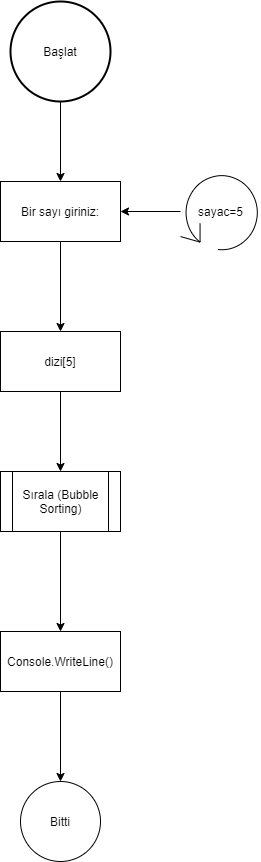
Above: SayiSiralama.png in BilgeAdamSiemens/SayiSiralama (draw.io), before the change. Source tidied: cells renumbered, new cells last; positions are measured from the earlier drawing's top-left corner, leaving out a move shared by most shapes.
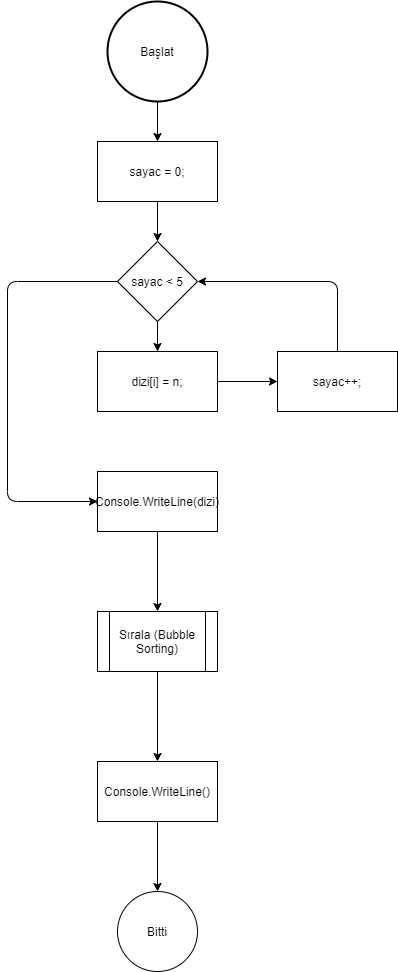
After the change.

Change to the diagram source:
```diff
@@ -2,38 +2,20 @@
   <root>
     <mxCell id="0" />
     <mxCell id="1" parent="0" />
-    <mxCell id="2" value="Bir sayı giriniz:" style="rounded=0;whiteSpace=wrap;html=1;" parent="1" vertex="1">
-      <mxGeometry y="180" width="120" height="60" as="geometry" />
-    </mxCell>
     <mxCell id="3" value="&lt;span&gt;Başlat&lt;/span&gt;" style="strokeWidth=2;html=1;shape=mxgraph.flowchart.start_2;whiteSpace=wrap;" parent="1" vertex="1">
-      <mxGeometry x="10" width="100" height="100" as="geometry" />
+      <mxGeometry x="10" y="-110" width="100" height="100" as="geometry" />
     </mxCell>
-    <mxCell id="4" style="edgeStyle=orthogonalEdgeStyle;rounded=0;jettySize=auto;html=1;" parent="1" edge="1" source="5" target="2">
-      <mxGeometry relative="1" as="geometry" />
-    </mxCell>
-    <mxCell id="5" value="sayac=5" style="shape=mxgraph.bpmn.loop;html=1;outlineConnect=0;" parent="1" vertex="1">
-      <mxGeometry x="180" y="170" width="80" height="80" as="geometry" />
-    </mxCell>
-    <mxCell id="6" style="endArrow=classic;html=1;exitX=0.5;exitY=1;exitDx=0;exitDy=0;exitPerimeter=0;entryX=0.5;entryY=0;entryDx=0;entryDy=0;" parent="1" edge="1" source="3" target="2">
+    <mxCell id="6" style="endArrow=classic;html=1;exitX=0.5;exitY=1;exitDx=0;exitDy=0;exitPerimeter=0;" parent="1" edge="1" source="3" target="16">
       <mxGeometry relative="1" as="geometry" />
     </mxCell>
-    <mxCell id="7" value="dizi[5]" style="rounded=0;whiteSpace=wrap;html=1;" parent="1" vertex="1">
-      <mxGeometry y="330" width="120" height="60" as="geometry" />
-    </mxCell>
-    <mxCell id="8" style="endArrow=classic;html=1;exitX=0.5;exitY=1;exitDx=0;exitDy=0;" parent="1" edge="1" source="2" target="7">
-      <mxGeometry relative="1" as="geometry" />
-    </mxCell>
     <mxCell id="9" value="Sırala (Bubble Sorting)" style="shape=process;whiteSpace=wrap;html=1;backgroundOutline=1;" parent="1" vertex="1">
-      <mxGeometry y="470" width="120" height="60" as="geometry" />
+      <mxGeometry y="500" width="120" height="60" as="geometry" />
     </mxCell>
-    <mxCell id="10" style="endArrow=classic;html=1;exitX=0.5;exitY=1;exitDx=0;exitDy=0;" parent="1" edge="1" source="7" target="9">
-      <mxGeometry relative="1" as="geometry" />
-    </mxCell>
     <mxCell id="11" style="endArrow=classic;html=1;exitX=0.5;exitY=1;exitDx=0;exitDy=0;entryX=0.5;entryY=0;entryDx=0;entryDy=0;" parent="1" edge="1" source="9" target="12">
       <mxGeometry relative="1" as="geometry" />
     </mxCell>
     <mxCell id="12" value="Console.WriteLine()" style="rounded=0;whiteSpace=wrap;html=1;" parent="1" vertex="1">
-      <mxGeometry y="630" width="120" height="60" as="geometry" />
+      <mxGeometry y="650" width="120" height="60" as="geometry" />
     </mxCell>
     <mxCell id="13" value="Bitti" style="ellipse;whiteSpace=wrap;html=1;" parent="1" vertex="1">
       <mxGeometry x="20" y="780" width="80" height="80" as="geometry" />
@@ -41,5 +23,47 @@
     <mxCell id="14" style="endArrow=classic;html=1;entryX=0.5;entryY=0;entryDx=0;entryDy=0;exitX=0.5;exitY=1;exitDx=0;exitDy=0;" parent="1" edge="1" source="12" target="13">
       <mxGeometry relative="1" as="geometry" />
     </mxCell>
+    <mxCell id="15" value="sayac &amp;lt; 5" style="rhombus;whiteSpace=wrap;html=1;" parent="1" vertex="1">
+      <mxGeometry x="20" y="130" width="80" height="80" as="geometry" />
+    </mxCell>
+    <mxCell id="16" value="sayac = 0;" style="rounded=0;whiteSpace=wrap;html=1;" parent="1" vertex="1">
+      <mxGeometry y="30" width="120" height="60" as="geometry" />
+    </mxCell>
+    <mxCell id="17" style="endArrow=classic;html=1;exitX=0.5;exitY=1;exitDx=0;exitDy=0;" parent="1" edge="1" source="16" target="15">
+      <mxGeometry relative="1" as="geometry" />
+    </mxCell>
+    <mxCell id="18" value="dizi[i] = n;" style="rounded=0;whiteSpace=wrap;html=1;" parent="1" vertex="1">
+      <mxGeometry y="240" width="120" height="60" as="geometry" />
+    </mxCell>
+    <mxCell id="19" value="sayac++;" style="rounded=0;whiteSpace=wrap;html=1;" parent="1" vertex="1">
+      <mxGeometry x="180" y="240" width="120" height="60" as="geometry" />
+    </mxCell>
+    <mxCell id="20" style="endArrow=classic;html=1;exitX=1;exitY=0.5;exitDx=0;exitDy=0;" parent="1" edge="1" source="18" target="19">
+      <mxGeometry relative="1" as="geometry" />
+    </mxCell>
+    <mxCell id="21" style="endArrow=classic;html=1;entryX=1;entryY=0.5;entryDx=0;entryDy=0;" parent="1" edge="1" source="19" target="15">
+      <mxGeometry relative="1" as="geometry">
+        <Array as="points">
+          <mxPoint x="240" y="170" />
+        </Array>
+      </mxGeometry>
+    </mxCell>
+    <mxCell id="22" style="endArrow=classic;html=1;exitX=0.5;exitY=1;exitDx=0;exitDy=0;" parent="1" edge="1" source="15" target="18">
+      <mxGeometry relative="1" as="geometry" />
+    </mxCell>
+    <mxCell id="23" style="endArrow=classic;html=1;exitX=0;exitY=0.5;exitDx=0;exitDy=0;entryX=0;entryY=0.5;entryDx=0;entryDy=0;" parent="1" edge="1" source="15" target="24">
+      <mxGeometry relative="1" as="geometry">
+        <Array as="points">
+          <mxPoint x="-90" y="170" />
+          <mxPoint x="-90" y="390" />
+        </Array>
+      </mxGeometry>
+    </mxCell>
+    <mxCell id="24" value="Console.WriteLine(dizi)" style="rounded=0;whiteSpace=wrap;html=1;" parent="1" vertex="1">
+      <mxGeometry y="360" width="120" height="60" as="geometry" />
+    </mxCell>
+    <mxCell id="25" style="endArrow=classic;html=1;exitX=0.5;exitY=1;exitDx=0;exitDy=0;entryX=0.5;entryY=0;entryDx=0;entryDy=0;" parent="1" edge="1" source="24" target="9">
+      <mxGeometry relative="1" as="geometry" />
+    </mxCell>
   </root>
 </mxGraphModel>
```
